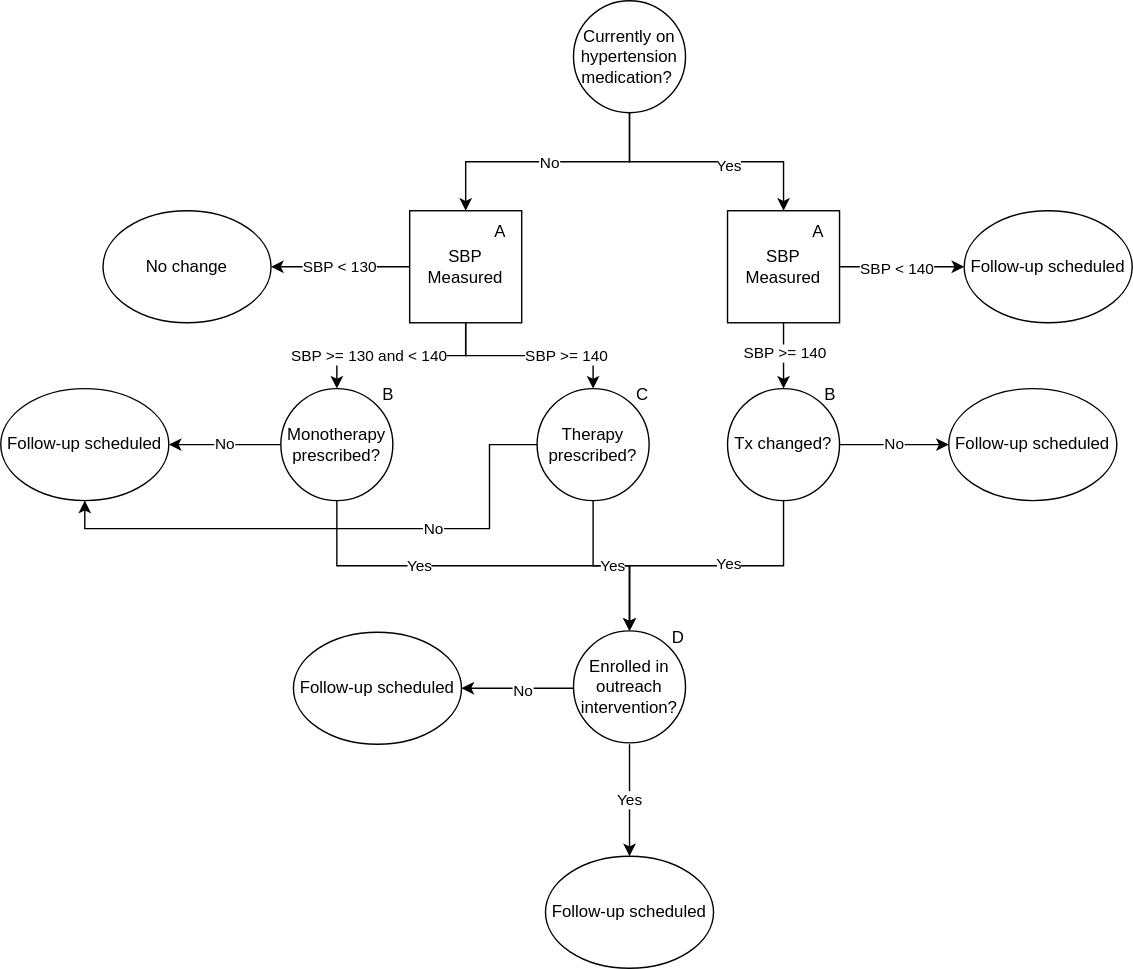
Before: docs/source/concept_models/vivarium_us_cvd/sbp_ramp_all.svg, a diagram exported from draw.io (ihmeuw/vivarium_research). Source tidied: cells renumbered, new cells last; positions are measured from the earlier drawing's top-left corner, leaving out a move shared by most shapes.
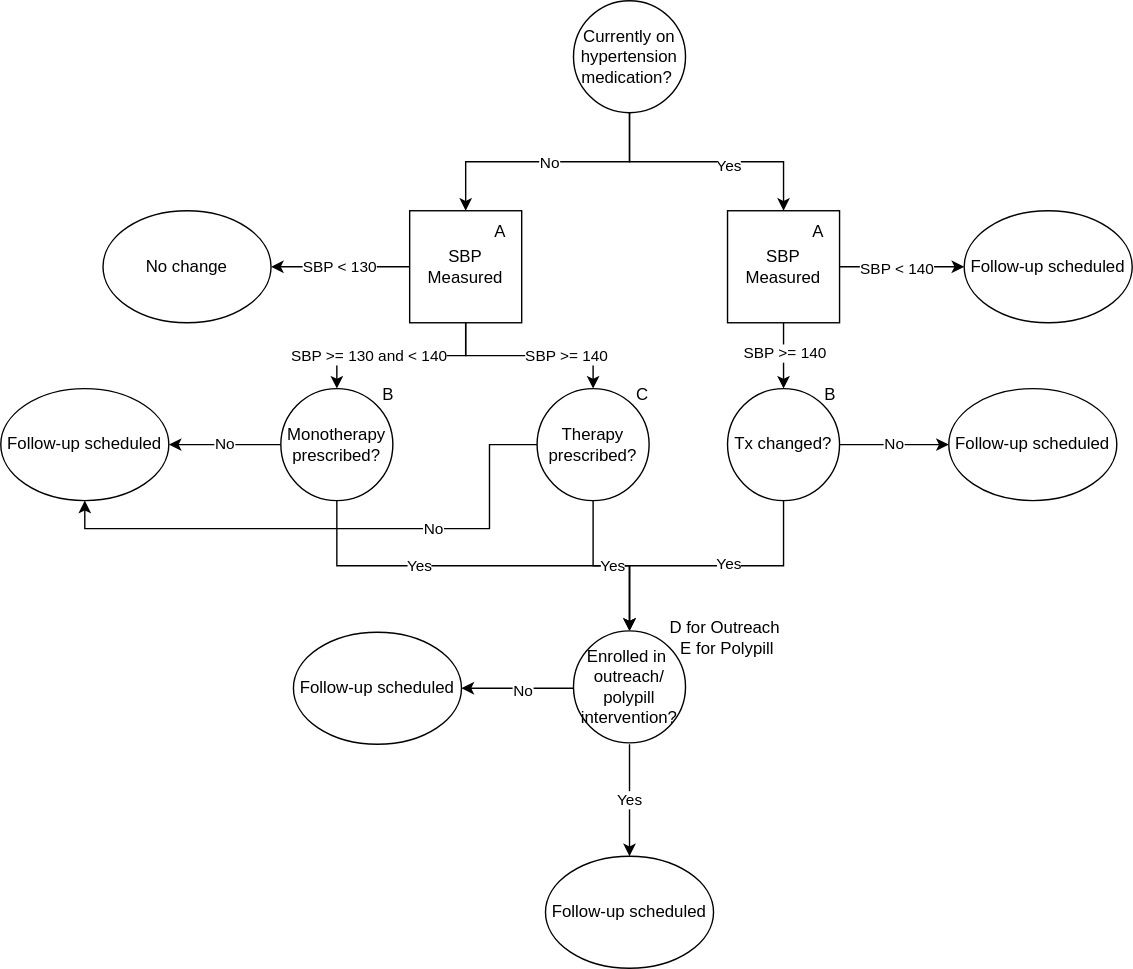
Later version of the same file.

Commit message:
updates to add polypill intervention, a few other minor updates

Change to the diagram source:
```diff
@@ -117,11 +117,11 @@
     <mxCell id="31" value="C" style="text;html=1;strokeColor=none;fillColor=none;align=center;verticalAlign=middle;whiteSpace=wrap;rounded=0;" parent="1" vertex="1">
       <mxGeometry x="444" y="267" width="29" height="30" as="geometry" />
     </mxCell>
-    <mxCell id="32" value="Enrolled in outreach intervention?" style="ellipse;whiteSpace=wrap;html=1;" parent="1" vertex="1">
+    <mxCell id="32" value="Enrolled in&amp;nbsp; outreach/ polypill intervention?" style="ellipse;whiteSpace=wrap;html=1;" parent="1" vertex="1">
       <mxGeometry x="409" y="450" width="80" height="80" as="geometry" />
     </mxCell>
-    <mxCell id="33" value="D" style="text;html=1;strokeColor=none;fillColor=none;align=center;verticalAlign=middle;whiteSpace=wrap;rounded=0;" parent="1" vertex="1">
-      <mxGeometry x="469" y="440" width="30" height="30" as="geometry" />
+    <mxCell id="33" value="D for Outreach&amp;nbsp;&lt;br&gt;E for Polypill" style="text;html=1;strokeColor=none;fillColor=none;align=center;verticalAlign=middle;whiteSpace=wrap;rounded=0;" parent="1" vertex="1">
+      <mxGeometry x="469" y="440" width="100" height="30" as="geometry" />
     </mxCell>
     <mxCell id="34" style="edgeStyle=orthogonalEdgeStyle;rounded=0;jettySize=auto;html=1;entryX=0.5;entryY=0;entryDx=0;entryDy=0;exitX=0.5;exitY=1;exitDx=0;exitDy=0;" parent="1" edge="1" source="39" target="9">
       <mxGeometry relative="1" as="geometry" />
```
